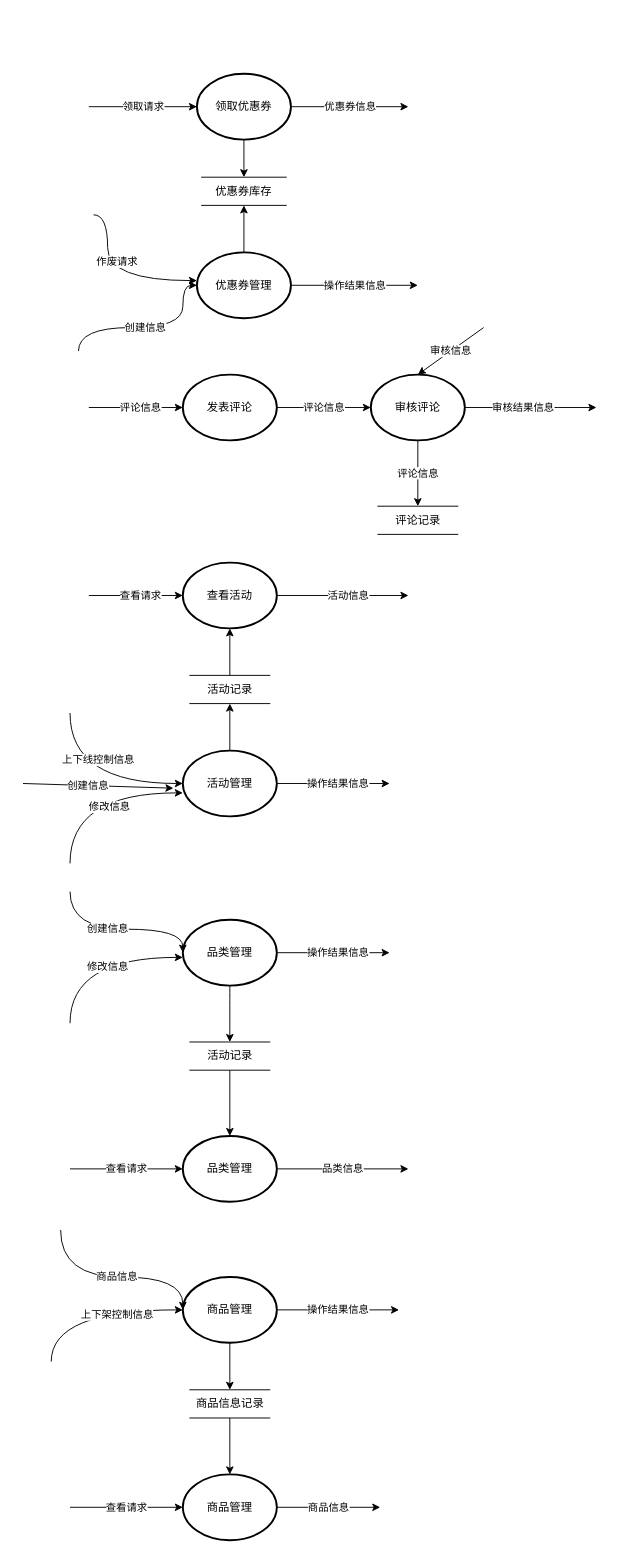
Above: 软工导论小组作业/数据流图（0层）.drawio in app1echip/grams (draw.io), before the change. Source tidied: cells renumbered, new cells numbered last; positions are measured from the earlier drawing's top-left corner, leaving out a move shared by most shapes. Both pictures are drawn from the tidied source at 94%, with x=0, y=0 at pixel (23, 73).
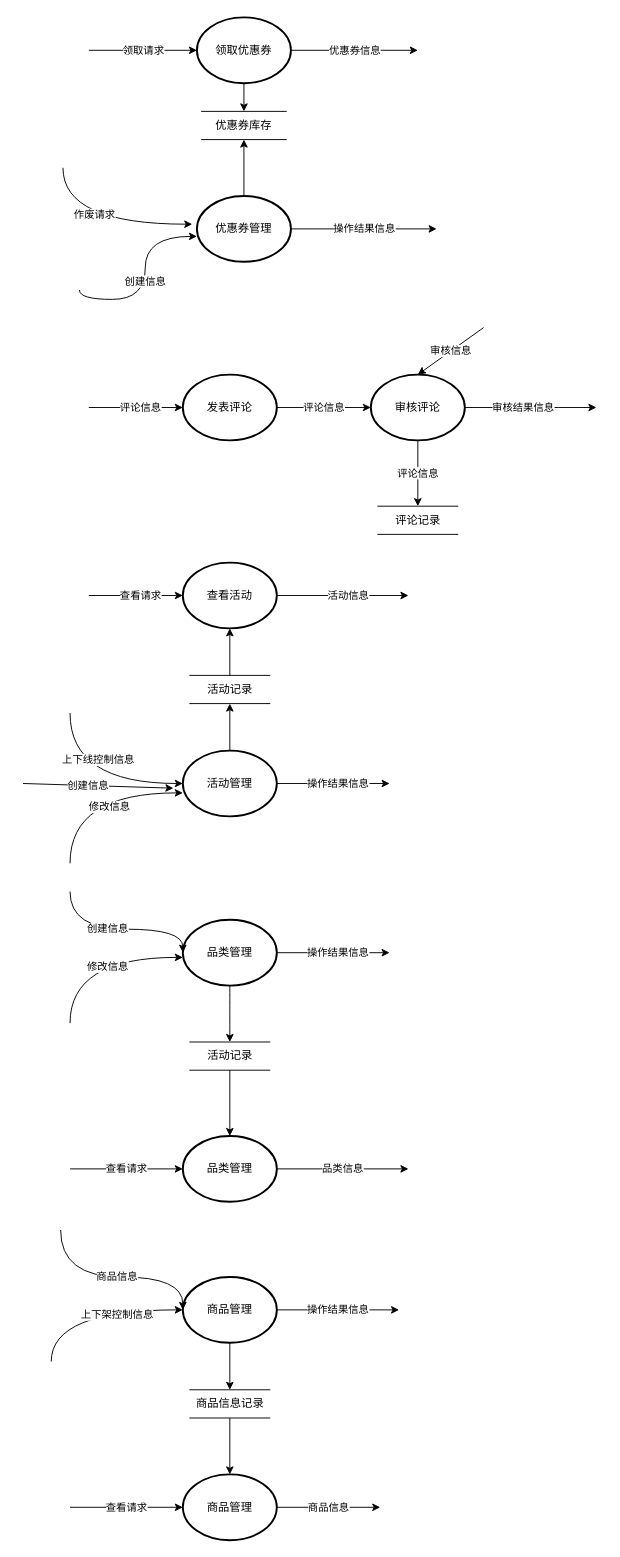
The same diagram, later.

Commit message (it also covers changes not shown here):
Update 数据流图（0层）.drawio

Change to the diagram source:
```diff
@@
     <mxCell id="2" value="优惠券信息" style="rounded=0;jettySize=auto;html=1;exitX=1;exitY=0.5;exitDx=0;exitDy=0;" parent="1" edge="1" source="4">
       <mxGeometry relative="1" as="geometry">
-        <mxPoint x="410" y="35" as="targetPoint" />
+        <mxPoint x="420" y="-25" as="targetPoint" />
       </mxGeometry>
     </mxCell>
@@
     <mxCell id="4" value="领取优惠券" style="ellipse;whiteSpace=wrap;html=1;strokeWidth=2;" parent="1" vertex="1">
-      <mxGeometry x="185" width="100" height="70" as="geometry" />
+      <mxGeometry x="185" y="-60" width="100" height="70" as="geometry" />
     </mxCell>
     <mxCell id="5" value="领取请求" style="rounded=0;jettySize=auto;html=1;entryX=0;entryY=0.5;entryDx=0;entryDy=0;" parent="1" edge="1" target="4">
       <mxGeometry relative="1" as="geometry">
-        <mxPoint x="70" y="35" as="sourcePoint" />
+        <mxPoint x="70" y="-25" as="sourcePoint" />
       </mxGeometry>
     </mxCell>
     <mxCell id="6" value="优惠券库存" style="shape=partialRectangle;whiteSpace=wrap;html=1;left=0;right=0;fillColor=none;" parent="1" vertex="1">
-      <mxGeometry x="190" y="110" width="90" height="30" as="geometry" />
+      <mxGeometry x="190" y="40" width="90" height="30" as="geometry" />
     </mxCell>
@@
     <mxCell id="16" value="优惠券管理" style="ellipse;whiteSpace=wrap;html=1;strokeWidth=2;" parent="1" vertex="1">
-      <mxGeometry x="185" y="190" width="100" height="70" as="geometry" />
+      <mxGeometry x="185" y="130" width="100" height="70" as="geometry" />
     </mxCell>
     <mxCell id="17" value="作废请求" style="rounded=0;orthogonalLoop=1;jettySize=auto;html=1;edgeStyle=orthogonalEdgeStyle;curved=1;" parent="1" edge="1">
-      <mxGeometry x="-0.28" y="10" relative="1" as="geometry">
-        <mxPoint x="75" y="150" as="sourcePoint" />
-        <mxPoint x="185" y="220" as="targetPoint" />
+      <mxGeometry x="-0.06" y="10" relative="1" as="geometry">
+        <mxPoint x="42.5" y="100" as="sourcePoint" />
+        <mxPoint x="180" y="160" as="targetPoint" />
         <Array as="points">
-          <mxPoint x="90" y="150" />
-          <mxPoint x="90" y="220" />
+          <mxPoint x="43" y="160" />
+          <mxPoint x="180" y="160" />
         </Array>
       </mxGeometry>
     </mxCell>
     <mxCell id="18" value="操作结果信息" style="rounded=0;jettySize=auto;html=1;exitX=1;exitY=0.5;exitDx=0;exitDy=0;" parent="1" edge="1" source="16">
       <mxGeometry relative="1" as="geometry">
-        <mxPoint x="420" y="225" as="targetPoint" />
+        <mxPoint x="440" y="165" as="targetPoint" />
       </mxGeometry>
     </mxCell>
@@
-    <mxCell id="50" value="创建信息" style="rounded=0;jettySize=auto;html=1;edgeStyle=orthogonalEdgeStyle;curved=1;entryX=0;entryY=0.5;entryDx=0;entryDy=0;" parent="1" edge="1" target="16">
+    <mxCell id="50" value="创建信息" style="rounded=0;jettySize=auto;html=1;edgeStyle=orthogonalEdgeStyle;curved=1;entryX=0;entryY=0.614;entryDx=0;entryDy=0;entryPerimeter=0;" parent="1" edge="1" target="16">
       <mxGeometry x="-0.02" relative="1" as="geometry">
-        <mxPoint x="59" y="295" as="sourcePoint" />
+        <mxPoint x="60" y="230" as="sourcePoint" />
         <Array as="points">
-          <mxPoint x="59" y="270" />
-          <mxPoint x="170" y="270" />
-          <mxPoint x="170" y="225" />
+          <mxPoint x="60" y="240" />
+          <mxPoint x="130" y="240" />
+          <mxPoint x="130" y="173" />
         </Array>
       </mxGeometry>
     </mxCell>
```
